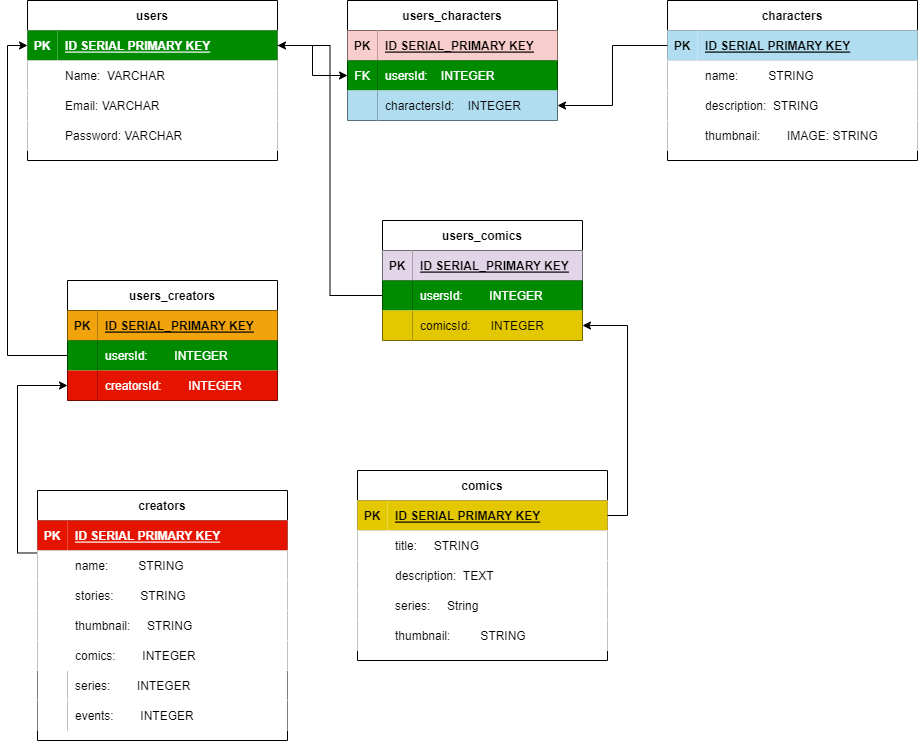
This is ERD.drawio.png from Luflos/marvel-characters-galore, a draw.io export, as it was before one commit. Source tidied: cells renumbered, new cells last; positions are measured from the earlier drawing's top-left corner, leaving out a move shared by most shapes.
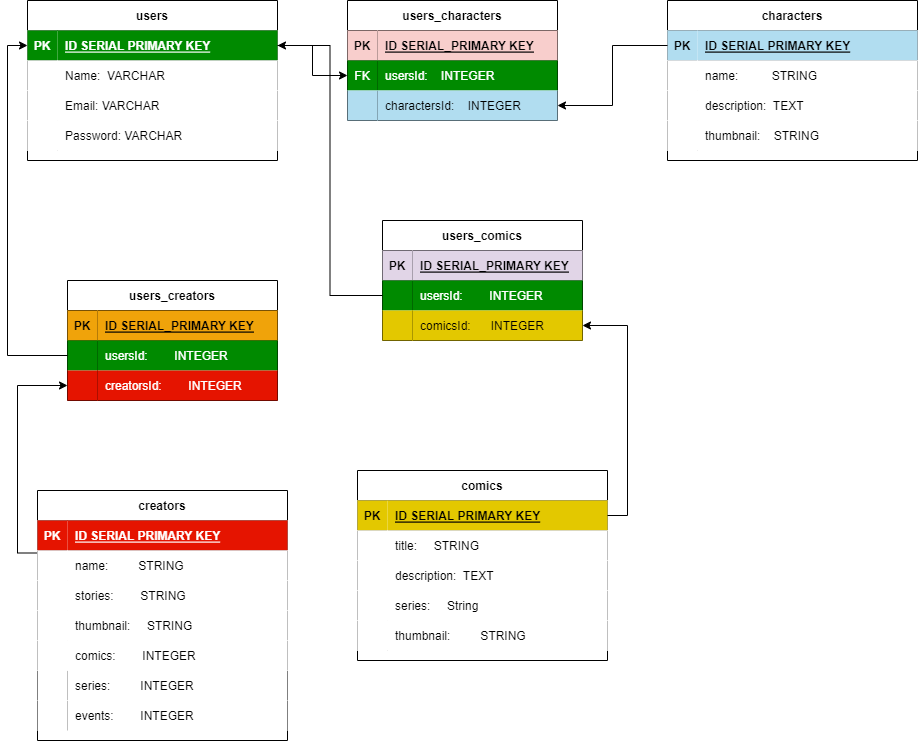
Above is the later version.

Diff of the diagram source:
```diff
@@ -1,4 +1,4 @@
-<mxGraphModel>
+<mxGraphModel background="#FFFFFF">
   <root>
     <mxCell id="0" />
     <mxCell id="1" parent="0" />
@@ -107,7 +107,7 @@
     <mxCell id="36" style="shape=partialRectangle;top=0;left=0;bottom=0;right=0;overflow=hidden;" parent="35" vertex="1">
       <mxGeometry width="30" height="30" as="geometry" />
     </mxCell>
-    <mxCell id="37" value="name:         STRING" style="shape=partialRectangle;top=0;left=0;bottom=0;right=0;align=left;spacingLeft=6;overflow=hidden;" parent="35" vertex="1">
+    <mxCell id="37" value="name:          STRING" style="shape=partialRectangle;top=0;left=0;bottom=0;right=0;align=left;spacingLeft=6;overflow=hidden;" parent="35" vertex="1">
       <mxGeometry x="30" width="220" height="30" as="geometry" />
     </mxCell>
     <mxCell id="38" style="shape=tableRow;horizontal=0;startSize=0;swimlaneHead=0;swimlaneBody=0;top=0;left=0;right=0;bottom=0;" parent="31" vertex="1">
@@ -116,7 +116,7 @@
     <mxCell id="39" style="shape=partialRectangle;top=0;left=0;bottom=0;right=0;overflow=hidden;" parent="38" vertex="1">
       <mxGeometry width="30" height="30" as="geometry" />
     </mxCell>
-    <mxCell id="40" value="description:  STRING" style="shape=partialRectangle;top=0;left=0;bottom=0;right=0;align=left;spacingLeft=6;overflow=hidden;" parent="38" vertex="1">
+    <mxCell id="40" value="description:  TEXT" style="shape=partialRectangle;top=0;left=0;bottom=0;right=0;align=left;spacingLeft=6;overflow=hidden;" parent="38" vertex="1">
       <mxGeometry x="30" width="220" height="30" as="geometry" />
     </mxCell>
     <mxCell id="41" style="shape=tableRow;horizontal=0;startSize=0;swimlaneHead=0;swimlaneBody=0;top=0;left=0;right=0;bottom=0;" parent="31" vertex="1">
@@ -125,7 +125,7 @@
     <mxCell id="42" style="shape=partialRectangle;top=0;left=0;bottom=0;right=0;overflow=hidden;" parent="41" vertex="1">
       <mxGeometry width="30" height="30" as="geometry" />
     </mxCell>
-    <mxCell id="43" value="thumbnail:        IMAGE: STRING" style="shape=partialRectangle;top=0;left=0;bottom=0;right=0;align=left;spacingLeft=6;overflow=hidden;" parent="41" vertex="1">
+    <mxCell id="43" value="thumbnail:    STRING" style="shape=partialRectangle;top=0;left=0;bottom=0;right=0;align=left;spacingLeft=6;overflow=hidden;" parent="41" vertex="1">
       <mxGeometry x="30" width="220" height="30" as="geometry" />
     </mxCell>
     <mxCell id="44" style="edgeStyle=orthogonalEdgeStyle;rounded=0;jettySize=auto;html=1;exitX=0;exitY=0.25;exitDx=0;exitDy=0;entryX=0;entryY=0.5;entryDx=0;entryDy=0;" parent="1" edge="1" source="45" target="94">
@@ -185,7 +185,7 @@
     <mxCell id="62" style="shape=partialRectangle;top=0;left=0;bottom=0;right=0;overflow=hidden;" parent="61" vertex="1">
       <mxGeometry width="30" height="30" as="geometry" />
     </mxCell>
-    <mxCell id="63" value="series:        INTEGER" style="shape=partialRectangle;top=0;left=0;bottom=0;right=0;align=left;spacingLeft=6;overflow=hidden;" parent="61" vertex="1">
+    <mxCell id="63" value="series:         INTEGER" style="shape=partialRectangle;top=0;left=0;bottom=0;right=0;align=left;spacingLeft=6;overflow=hidden;" parent="61" vertex="1">
       <mxGeometry x="30" width="220" height="30" as="geometry" />
     </mxCell>
     <mxCell id="64" style="shape=tableRow;horizontal=0;startSize=0;swimlaneHead=0;swimlaneBody=0;fillColor=none;top=0;left=0;right=0;bottom=0;" parent="45" vertex="1">
```
